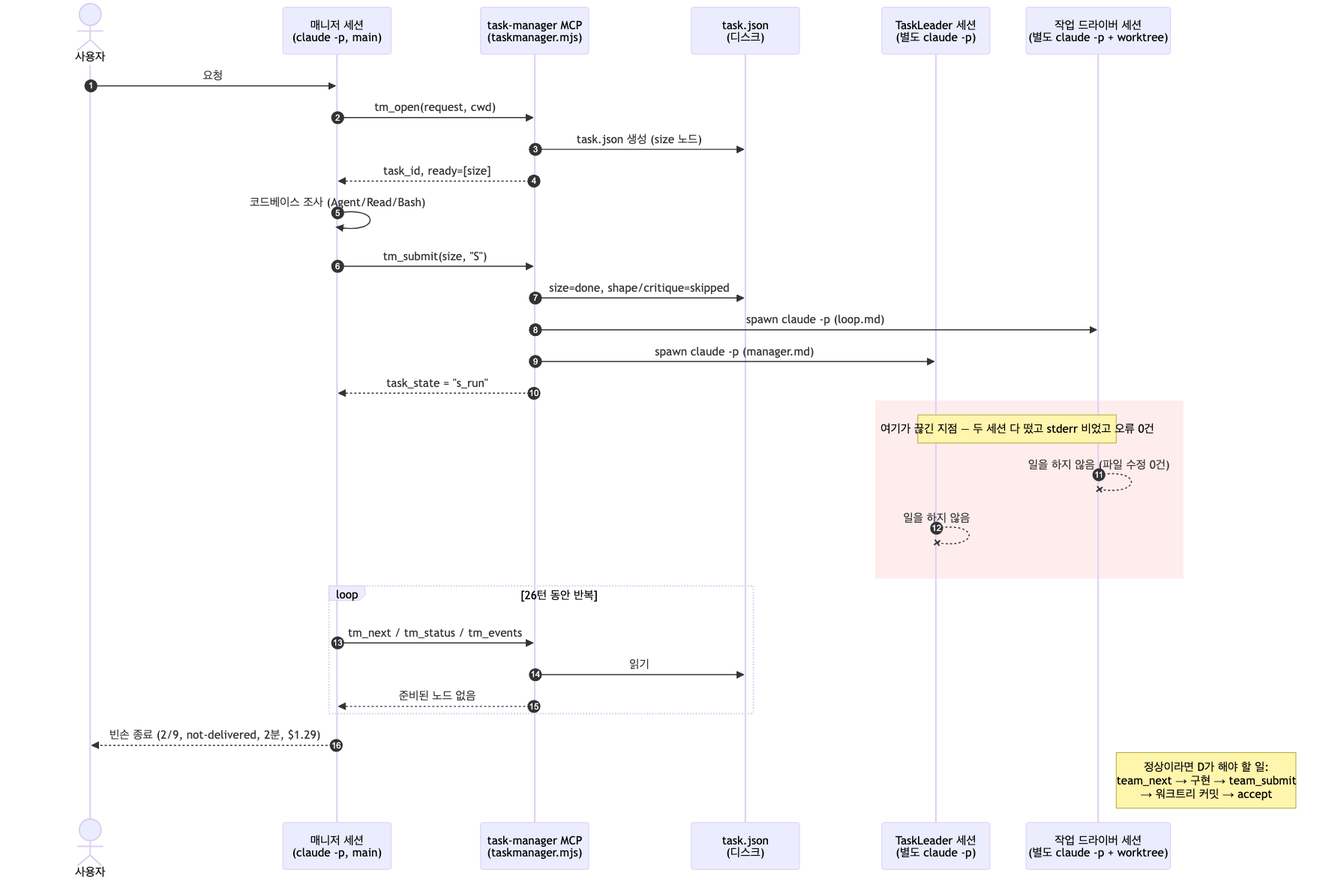
Earlier version of the Mermaid export docs/diagrams/teams-first-real-run.png (newkayak12/claude-skills). Its source is kept beside it as docs/diagrams/teams-first-real-run.mmd.
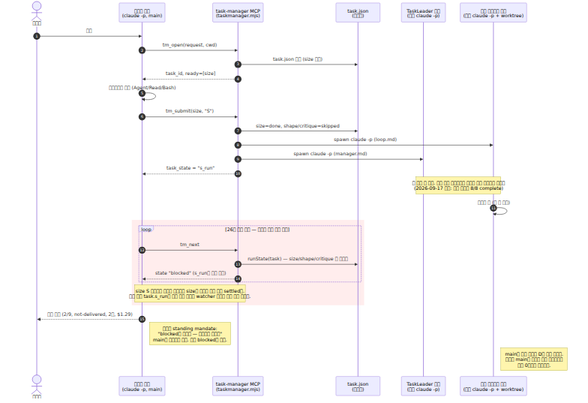
After the commit.

Commit message:
fix(teams): a watcher judged a size-S task by its settled manager graph and called a live run blocked - the first real-vendor run's actual break

Change to the diagram source:
```diff
@@ -18,17 +18,18 @@
   TM->>L: spawn  claude -p  (manager.md)
   TM-->>M: task_state = "s_run"
 
+  note over D,L: 두 세션 다 정상. 재현 결과 드라이버는 끝까지 돌아 산출물을 만든다<br/>(2026-09-17 재현: 같은 경로로 8/8 complete)
+  D->>D: 일하는 중 (수 분 소요)
+
   rect rgba(255,220,220,0.5)
-    note over D,L: 여기가 끊긴 지점 — 두 세션 다 떴고 stderr 비었고 오류 0건
-    D--xD: 일을 하지 않음 (파일 수정 0건)
-    L--xL: 일을 하지 않음
+    loop 26턴 동안 반복 — 여기가 진짜 끊긴 지점
+      M->>TM: tm_next
+      TM->>FS: runState(task) — size/shape/critique 세 노드만
+      TM-->>M: state "blocked" (s_run은 보지 않음)
+    end
+    note over M,TM: size S 태스크의 매니저 그래프는 size가 풀리는 순간 이미 settled다.<br/>일은 전부 task.s_run의 자식 런에 있는데 watcher 분기가 그걸 읽지 않았다.
   end
 
-  loop 26턴 동안 반복
-    M->>TM: tm_next / tm_status / tm_events
-    TM->>FS: 읽기
-    TM-->>M: 준비된 노드 없음
-  end
   M-->>U: 빈손 종료 (2/9, not-delivered, 2분, $1.29)
-
-  note right of D: 정상이라면 D가 해야 할 일:<br/>team_next → 구현 → team_submit<br/>→ 워크트리 커밋 → accept
+  note right of M: 스킬의 standing mandate:<br/>"blocked는 결과다 — 보고하고 멈춰라"<br/>main은 스킬대로 했다. 거짓 blocked가 원인.
+  note right of D: main이 나간 뒤에도 D는 계속 돌았다.<br/>벤치는 main이 끝나는 즉시 채점하므로<br/>파일 0건으로 기록됐다.
```
